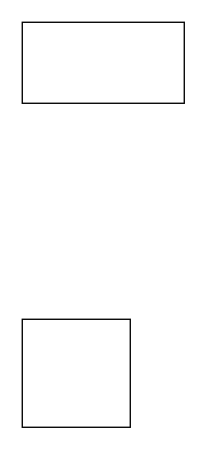
The draw.io diagram Unit4-17.drawio in Igor-Zhelezniak-1/TEJ3M1-Unit4, before the edit. Source tidied: cells renumbered, new cells numbered last; positions are measured from the earlier drawing's top-left corner, leaving out a move shared by most shapes. Both pictures are drawn from the tidied source at 135%, with x=0, y=0 at pixel (22, 22).
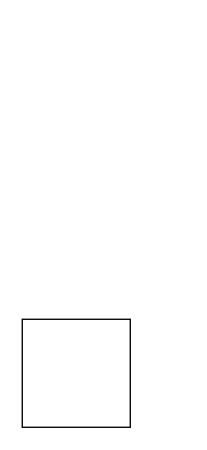
The same page after the edit.

What changed in the source:
```diff
@@
 <mxGraphModel>
   <root>
     <mxCell id="0" />
     <mxCell id="1" parent="0" />
-    <mxCell id="2" style="rounded=0;whiteSpace=wrap;html=1;" parent="1" vertex="1">
-      <mxGeometry width="120" height="60" as="geometry" />
-    </mxCell>
     <mxCell id="3" style="whiteSpace=wrap;html=1;" parent="1" vertex="1">
       <mxGeometry y="220" width="80" height="80" as="geometry" />
     </mxCell>
   </root>
 </mxGraphModel>
```
